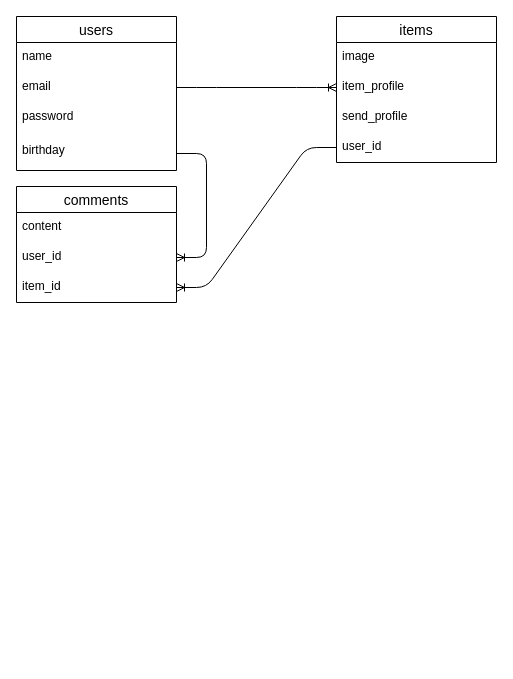
Earlier version of the draw.io diagram config/test.dio (ryo19861210/furima-37671). Source tidied: cells renumbered, new cells numbered last; positions are measured from the earlier drawing's top-left corner, leaving out a move shared by most shapes. Both pictures are drawn from the tidied source at 100%, with x=0, y=0 at pixel (16, 16).
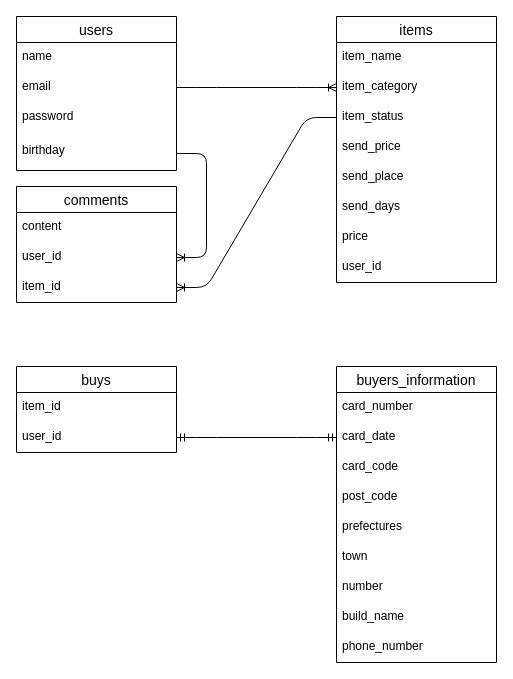
Above is the later version.

Commit message (it also covers changes not shown here):
データベース設計２回目

Unchanged cells that the change refers to:
```xml
<mxCell id="4" value="email" style="text;strokeColor=none;fillColor=none;spacingLeft=4;spacingRight=4;overflow=hidden;points=[[0,0.5],[1,0.5]];portConstraint=eastwest;fontSize=12;" parent="2" vertex="1">
  <mxGeometry y="56" width="160" height="30" as="geometry" />
</mxCell>
```

Change to the diagram source:
```diff
@@
     <mxCell id="7" value="items" style="swimlane;fontStyle=0;horizontal=1;startSize=26;align=center;fontSize=14;" parent="1" vertex="1">
-      <mxGeometry x="320" width="160" height="146" as="geometry" />
+      <mxGeometry x="320" width="160" height="266" as="geometry" />
     </mxCell>
-    <mxCell id="8" value="image" style="text;strokeColor=none;fillColor=none;spacingLeft=4;spacingRight=4;overflow=hidden;fontSize=12;" parent="7" vertex="1">
-      <mxGeometry y="26" width="160" height="30" as="geometry" />
-    </mxCell>
-    <mxCell id="9" value="item_profile" style="text;strokeColor=none;fillColor=none;spacingLeft=4;spacingRight=4;overflow=hidden;points=[[0,0.5],[1,0.5]];portConstraint=eastwest;fontSize=12;" parent="7" vertex="1">
-      <mxGeometry y="56" width="160" height="30" as="geometry" />
+    <mxCell id="9" value="item_name" style="text;strokeColor=none;fillColor=none;spacingLeft=4;spacingRight=4;overflow=hidden;points=[[0,0.5],[1,0.5]];portConstraint=eastwest;fontSize=12;" parent="7" vertex="1">
+      <mxGeometry y="26" width="160" height="30" as="geometry" />
     </mxCell>
-    <mxCell id="10" value="send_profile" style="text;strokeColor=none;fillColor=none;spacingLeft=4;spacingRight=4;overflow=hidden;points=[[0,0.5],[1,0.5]];portConstraint=eastwest;fontSize=12;" parent="7" vertex="1">
-      <mxGeometry y="86" width="160" height="30" as="geometry" />
+    <mxCell id="10" value="item_category" style="text;strokeColor=none;fillColor=none;spacingLeft=4;spacingRight=4;overflow=hidden;points=[[0,0.5],[1,0.5]];portConstraint=eastwest;fontSize=12;" parent="7" vertex="1">
+      <mxGeometry y="56" width="160" height="30" as="geometry" />
     </mxCell>
-    <mxCell id="11" value="user_id" style="text;strokeColor=none;fillColor=none;spacingLeft=4;spacingRight=4;overflow=hidden;points=[[0,0.5],[1,0.5]];portConstraint=eastwest;fontSize=12;" parent="7" vertex="1">
-      <mxGeometry y="116" width="160" height="30" as="geometry" />
+    <mxCell id="11" value="item_status" style="text;strokeColor=none;fillColor=none;spacingLeft=4;spacingRight=4;overflow=hidden;points=[[0,0.5],[1,0.5]];portConstraint=eastwest;fontSize=12;" parent="7" vertex="1">
+      <mxGeometry y="86" width="160" height="30" as="geometry" />
     </mxCell>
+    <mxCell id="19" value="send_price" style="text;strokeColor=none;fillColor=none;spacingLeft=4;spacingRight=4;overflow=hidden;fontSize=12;" parent="7" vertex="1">
+      <mxGeometry y="116" width="160" height="30" as="geometry" />
+    </mxCell>
+    <mxCell id="20" value="send_place" style="text;strokeColor=none;fillColor=none;spacingLeft=4;spacingRight=4;overflow=hidden;fontSize=12;" parent="7" vertex="1">
+      <mxGeometry y="146" width="160" height="30" as="geometry" />
+    </mxCell>
+    <mxCell id="21" value="send_days" style="text;strokeColor=none;fillColor=none;spacingLeft=4;spacingRight=4;overflow=hidden;fontSize=12;" parent="7" vertex="1">
+      <mxGeometry y="176" width="160" height="30" as="geometry" />
+    </mxCell>
+    <mxCell id="22" value="price" style="text;strokeColor=none;fillColor=none;spacingLeft=4;spacingRight=4;overflow=hidden;fontSize=12;" parent="7" vertex="1">
+      <mxGeometry y="206" width="160" height="30" as="geometry" />
+    </mxCell>
+    <mxCell id="23" value="user_id" style="text;strokeColor=none;fillColor=none;spacingLeft=4;spacingRight=4;overflow=hidden;fontSize=12;" parent="7" vertex="1">
+      <mxGeometry y="236" width="160" height="30" as="geometry" />
+    </mxCell>
-    <mxCell id="12" style="edgeStyle=entityRelationEdgeStyle;fontSize=12;html=1;endArrow=ERoneToMany;exitX=1;exitY=0.5;exitDx=0;exitDy=0;entryX=0;entryY=0.5;entryDx=0;entryDy=0;" parent="1" edge="1" source="4" target="9">
+    <mxCell id="12" style="edgeStyle=entityRelationEdgeStyle;fontSize=12;html=1;endArrow=ERoneToMany;exitX=1;exitY=0.5;exitDx=0;exitDy=0;entryX=0;entryY=0.5;entryDx=0;entryDy=0;" parent="1" edge="1" source="4" target="10">
       <mxGeometry relative="1" as="geometry" />
     </mxCell>
@@
+    <mxCell id="24" value="buys" style="swimlane;fontStyle=0;horizontal=1;startSize=26;align=center;fontSize=14;" parent="1" vertex="1">
+      <mxGeometry y="350" width="160" height="86" as="geometry" />
+    </mxCell>
+    <mxCell id="25" value="item_id" style="text;strokeColor=none;fillColor=none;spacingLeft=4;spacingRight=4;overflow=hidden;fontSize=12;" parent="24" vertex="1">
+      <mxGeometry y="26" width="160" height="30" as="geometry" />
+    </mxCell>
+    <mxCell id="26" value="user_id" style="text;strokeColor=none;fillColor=none;spacingLeft=4;spacingRight=4;overflow=hidden;points=[[0,0.5],[1,0.5]];portConstraint=eastwest;fontSize=12;" parent="24" vertex="1">
+      <mxGeometry y="56" width="160" height="30" as="geometry" />
+    </mxCell>
+    <mxCell id="27" value="buyers_information" style="swimlane;fontStyle=0;horizontal=1;startSize=26;align=center;fontSize=14;" parent="1" vertex="1">
+      <mxGeometry x="320" y="350" width="160" height="296" as="geometry" />
+    </mxCell>
+    <mxCell id="28" value="card_number" style="text;strokeColor=none;fillColor=none;spacingLeft=4;spacingRight=4;overflow=hidden;fontSize=12;" parent="27" vertex="1">
+      <mxGeometry y="26" width="160" height="30" as="geometry" />
+    </mxCell>
+    <mxCell id="29" value="card_date" style="text;strokeColor=none;fillColor=none;spacingLeft=4;spacingRight=4;overflow=hidden;points=[[0,0.5],[1,0.5]];portConstraint=eastwest;fontSize=12;" parent="27" vertex="1">
+      <mxGeometry y="56" width="160" height="30" as="geometry" />
+    </mxCell>
+    <mxCell id="30" value="card_code" style="text;strokeColor=none;fillColor=none;spacingLeft=4;spacingRight=4;overflow=hidden;fontSize=12;" parent="27" vertex="1">
+      <mxGeometry y="86" width="160" height="30" as="geometry" />
+    </mxCell>
+    <mxCell id="31" value="post_code" style="text;strokeColor=none;fillColor=none;spacingLeft=4;spacingRight=4;overflow=hidden;fontSize=12;" parent="27" vertex="1">
+      <mxGeometry y="116" width="160" height="30" as="geometry" />
+    </mxCell>
+    <mxCell id="32" value="prefectures" style="text;strokeColor=none;fillColor=none;spacingLeft=4;spacingRight=4;overflow=hidden;fontSize=12;" parent="27" vertex="1">
+      <mxGeometry y="146" width="160" height="30" as="geometry" />
+    </mxCell>
+    <mxCell id="33" value="town" style="text;strokeColor=none;fillColor=none;spacingLeft=4;spacingRight=4;overflow=hidden;fontSize=12;" parent="27" vertex="1">
+      <mxGeometry y="176" width="160" height="30" as="geometry" />
+    </mxCell>
+    <mxCell id="34" value="number" style="text;strokeColor=none;fillColor=none;spacingLeft=4;spacingRight=4;overflow=hidden;fontSize=12;" parent="27" vertex="1">
+      <mxGeometry y="206" width="160" height="30" as="geometry" />
+    </mxCell>
+    <mxCell id="35" value="build_name" style="text;strokeColor=none;fillColor=none;spacingLeft=4;spacingRight=4;overflow=hidden;fontSize=12;" parent="27" vertex="1">
+      <mxGeometry y="236" width="160" height="30" as="geometry" />
+    </mxCell>
+    <mxCell id="36" value="phone_number" style="text;strokeColor=none;fillColor=none;spacingLeft=4;spacingRight=4;overflow=hidden;fontSize=12;" parent="27" vertex="1">
+      <mxGeometry y="266" width="160" height="30" as="geometry" />
+    </mxCell>
+    <mxCell id="37" style="edgeStyle=entityRelationEdgeStyle;fontSize=12;html=1;endArrow=ERmandOne;startArrow=ERmandOne;exitX=1;exitY=0.5;exitDx=0;exitDy=0;entryX=0;entryY=0.5;entryDx=0;entryDy=0;" parent="1" edge="1" source="26" target="29">
+      <mxGeometry relative="1" as="geometry" />
+    </mxCell>
```
